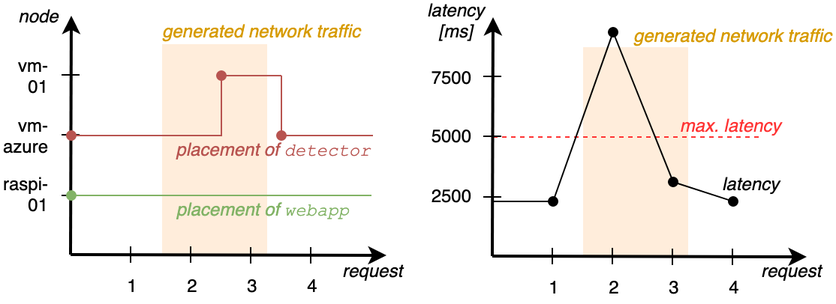
Before: documents/overleaf/figures/evaluation-exp2-result.png, a diagram exported from draw.io (slienau/bachelor-thesis). Source tidied: cells renumbered, new cells last; positions are measured from the earlier drawing's top-left corner, leaving out a move shared by most shapes. Source of this version:
```xml
<mxGraphModel>
  <root>
    <mxCell id="0" />
    <mxCell id="1" parent="0" />
    <mxCell id="2" style="group;" parent="1" vertex="1">
      <mxGeometry x="282" y="3" width="273.5" height="198" as="geometry" />
    </mxCell>
    <mxCell id="3" style="rounded=0;whiteSpace=wrap;html=1;fillColor=#ffe6cc;strokeColor=none;opacity=70;" parent="2" vertex="1">
      <mxGeometry x="106" y="28" width="70" height="140" as="geometry" />
    </mxCell>
    <mxCell id="4" style="endArrow=none;html=1;dashed=1;strokeColor=#FF3333;fontColor=#D79B00;fillColor=#f8cecc;strokeWidth=1;" parent="2" edge="1">
      <mxGeometry relative="1" as="geometry">
        <mxPoint x="46" y="88" as="sourcePoint" />
        <mxPoint x="226" y="88" as="targetPoint" />
      </mxGeometry>
    </mxCell>
    <mxCell id="5" style="endArrow=classic;html=1;strokeWidth=2;" parent="2" edge="1">
      <mxGeometry relative="1" as="geometry">
        <mxPoint x="45.5" y="167.5" as="sourcePoint" />
        <mxPoint x="46" y="8" as="targetPoint" />
      </mxGeometry>
    </mxCell>
    <mxCell id="6" value="2500" style="text;html=1;strokeColor=none;fillColor=none;align=right;verticalAlign=middle;whiteSpace=wrap;rounded=0;fontFamily=Helvetica;" parent="2" vertex="1">
      <mxGeometry x="2.5" y="117" width="30" height="20" as="geometry" />
    </mxCell>
    <mxCell id="7" value="5000" style="text;html=1;strokeColor=none;fillColor=none;align=right;verticalAlign=middle;whiteSpace=wrap;rounded=0;fontFamily=Helvetica;" parent="2" vertex="1">
      <mxGeometry x="2.5" y="77" width="30" height="20" as="geometry" />
    </mxCell>
    <mxCell id="8" value="7500" style="text;html=1;strokeColor=none;fillColor=none;align=right;verticalAlign=middle;whiteSpace=wrap;rounded=0;fontFamily=Helvetica;" parent="2" vertex="1">
      <mxGeometry x="2.5" y="38" width="30" height="20" as="geometry" />
    </mxCell>
    <mxCell id="9" style="endArrow=none;html=1;strokeWidth=1;fontFamily=Courier New;arcSize=20;" parent="2" edge="1">
      <mxGeometry relative="1" as="geometry">
        <mxPoint x="85.5" y="173" as="sourcePoint" />
        <mxPoint x="85.5" y="162" as="targetPoint" />
      </mxGeometry>
    </mxCell>
    <mxCell id="10" value="1" style="text;html=1;strokeColor=none;fillColor=none;align=center;verticalAlign=middle;whiteSpace=wrap;rounded=0;fontFamily=Helvetica;" parent="2" vertex="1">
      <mxGeometry x="75.5" y="178" width="20" height="20" as="geometry" />
    </mxCell>
    <mxCell id="11" value="2" style="text;html=1;strokeColor=none;fillColor=none;align=center;verticalAlign=middle;whiteSpace=wrap;rounded=0;fontFamily=Helvetica;" parent="2" vertex="1">
      <mxGeometry x="115.5" y="178" width="20" height="20" as="geometry" />
    </mxCell>
    <mxCell id="12" value="3" style="text;html=1;strokeColor=none;fillColor=none;align=center;verticalAlign=middle;whiteSpace=wrap;rounded=0;fontFamily=Helvetica;" parent="2" vertex="1">
      <mxGeometry x="155.5" y="178" width="20" height="20" as="geometry" />
    </mxCell>
    <mxCell id="13" value="4" style="text;html=1;strokeColor=none;fillColor=none;align=center;verticalAlign=middle;whiteSpace=wrap;rounded=0;fontFamily=Helvetica;" parent="2" vertex="1">
      <mxGeometry x="195.5" y="178" width="20" height="20" as="geometry" />
    </mxCell>
    <mxCell id="14" style="endArrow=classic;html=1;strokeWidth=2;" parent="2" edge="1">
      <mxGeometry relative="1" as="geometry">
        <mxPoint x="45.5" y="167.5" as="sourcePoint" />
        <mxPoint x="255" y="168" as="targetPoint" />
      </mxGeometry>
    </mxCell>
    <mxCell id="15" value="latency [ms]" style="text;html=1;strokeColor=none;fillColor=none;align=center;verticalAlign=middle;whiteSpace=wrap;rounded=0;fontStyle=2;" parent="2" vertex="1">
      <mxGeometry width="43" height="20" as="geometry" />
    </mxCell>
    <mxCell id="16" style="endArrow=none;html=1;strokeWidth=1;fontFamily=Courier New;arcSize=20;" parent="2" edge="1">
      <mxGeometry relative="1" as="geometry">
        <mxPoint x="125.5" y="173" as="sourcePoint" />
        <mxPoint x="125.5" y="162" as="targetPoint" />
      </mxGeometry>
    </mxCell>
    <mxCell id="17" style="endArrow=none;html=1;strokeWidth=1;fontFamily=Courier New;arcSize=20;" parent="2" edge="1">
      <mxGeometry relative="1" as="geometry">
        <mxPoint x="205.5" y="173.5" as="sourcePoint" />
        <mxPoint x="205.5" y="162.5" as="targetPoint" />
      </mxGeometry>
    </mxCell>
    <mxCell id="18" style="endArrow=none;html=1;strokeWidth=1;fontFamily=Courier New;arcSize=20;" parent="2" edge="1">
      <mxGeometry relative="1" as="geometry">
        <mxPoint x="165.5" y="173.5" as="sourcePoint" />
        <mxPoint x="165.5" y="162.5" as="targetPoint" />
      </mxGeometry>
    </mxCell>
    <mxCell id="19" style="endArrow=none;html=1;strokeWidth=1;fontFamily=Courier New;arcSize=20;" parent="2" edge="1">
      <mxGeometry relative="1" as="geometry">
        <mxPoint x="39.5" y="128" as="sourcePoint" />
        <mxPoint x="51.5" y="128" as="targetPoint" />
      </mxGeometry>
    </mxCell>
    <mxCell id="20" style="endArrow=none;html=1;strokeWidth=1;fontFamily=Courier New;arcSize=20;" parent="2" edge="1">
      <mxGeometry relative="1" as="geometry">
        <mxPoint x="39.5" y="87.5" as="sourcePoint" />
        <mxPoint x="51.5" y="87.5" as="targetPoint" />
      </mxGeometry>
    </mxCell>
    <mxCell id="21" style="endArrow=none;html=1;strokeWidth=1;fontFamily=Courier New;arcSize=20;" parent="2" edge="1">
      <mxGeometry relative="1" as="geometry">
        <mxPoint x="39.5" y="47.5" as="sourcePoint" />
        <mxPoint x="51.5" y="47.5" as="targetPoint" />
      </mxGeometry>
    </mxCell>
    <mxCell id="22" style="endArrow=none;html=1;fontFamily=Helvetica;fontSize=10;fontColor=#82B366;startArrow=oval;startFill=1;" parent="2" edge="1">
      <mxGeometry relative="1" as="geometry">
        <mxPoint x="86" y="131" as="sourcePoint" />
        <mxPoint x="46" y="131" as="targetPoint" />
      </mxGeometry>
    </mxCell>
    <mxCell id="23" style="endArrow=none;html=1;fontFamily=Helvetica;fontSize=10;fontColor=#82B366;startArrow=oval;startFill=1;" parent="2" edge="1">
      <mxGeometry relative="1" as="geometry">
        <mxPoint x="126" y="18" as="sourcePoint" />
        <mxPoint x="86" y="131" as="targetPoint" />
      </mxGeometry>
    </mxCell>
    <mxCell id="24" style="endArrow=none;html=1;fontFamily=Helvetica;fontSize=10;fontColor=#82B366;startArrow=oval;startFill=1;" parent="2" edge="1">
      <mxGeometry relative="1" as="geometry">
        <mxPoint x="166" y="118" as="sourcePoint" />
        <mxPoint x="126" y="18" as="targetPoint" />
      </mxGeometry>
    </mxCell>
    <mxCell id="25" style="endArrow=none;html=1;fontFamily=Helvetica;fontSize=10;fontColor=#82B366;startArrow=oval;startFill=1;" parent="2" edge="1">
      <mxGeometry relative="1" as="geometry">
        <mxPoint x="206" y="131" as="sourcePoint" />
        <mxPoint x="166" y="118" as="targetPoint" />
      </mxGeometry>
    </mxCell>
    <mxCell id="26" value="generated network traffic" style="text;html=1;align=center;verticalAlign=middle;whiteSpace=wrap;rounded=0;fontColor=#D79B00;fontStyle=2;" parent="2" vertex="1">
      <mxGeometry x="135.5" y="10" width="138" height="20" as="geometry" />
    </mxCell>
    <mxCell id="27" value="max. latency" style="text;html=1;align=center;verticalAlign=middle;whiteSpace=wrap;rounded=0;fontColor=#FF3333;fontStyle=2;" parent="2" vertex="1">
      <mxGeometry x="165.5" y="70" width="75" height="20" as="geometry" />
    </mxCell>
    <mxCell id="28" value="latency" style="text;html=1;align=center;verticalAlign=middle;whiteSpace=wrap;rounded=0;fontColor=#000000;fontStyle=2;" parent="2" vertex="1">
      <mxGeometry x="192" y="109" width="50" height="20" as="geometry" />
    </mxCell>
    <mxCell id="29" value="request" style="text;html=1;strokeColor=none;fillColor=none;align=left;verticalAlign=middle;whiteSpace=wrap;rounded=0;fontStyle=2;" parent="2" vertex="1">
      <mxGeometry x="223" y="167" width="29" height="20" as="geometry" />
    </mxCell>
    <mxCell id="30" style="group;" parent="1" vertex="1">
      <mxGeometry width="266.5" height="200" as="geometry" />
    </mxCell>
    <mxCell id="31" style="rounded=0;whiteSpace=wrap;html=1;fillColor=#ffe6cc;strokeColor=none;opacity=70;" parent="30" vertex="1">
      <mxGeometry x="107.5" y="29" width="70" height="140" as="geometry" />
    </mxCell>
    <mxCell id="32" style="endArrow=classic;html=1;strokeWidth=2;" parent="30" edge="1">
      <mxGeometry relative="1" as="geometry">
        <mxPoint x="46.5" y="169.5" as="sourcePoint" />
        <mxPoint x="47" y="10" as="targetPoint" />
      </mxGeometry>
    </mxCell>
    <mxCell id="33" value="raspi-01" style="text;html=1;strokeColor=none;fillColor=none;align=right;verticalAlign=middle;whiteSpace=wrap;rounded=0;fontFamily=Helvetica;fontSize=12;" parent="30" vertex="1">
      <mxGeometry y="119" width="34" height="20" as="geometry" />
    </mxCell>
    <mxCell id="34" value="vm-01" style="text;html=1;strokeColor=none;fillColor=none;align=right;verticalAlign=middle;whiteSpace=wrap;rounded=0;fontFamily=Helvetica;fontSize=12;" parent="30" vertex="1">
      <mxGeometry x="10" y="40" width="24" height="20" as="geometry" />
    </mxCell>
    <mxCell id="35" value="vm-azure" style="text;html=1;strokeColor=none;fillColor=none;align=right;verticalAlign=middle;whiteSpace=wrap;rounded=0;fontFamily=Helvetica;fontSize=12;" parent="30" vertex="1">
      <mxGeometry y="80" width="34" height="20" as="geometry" />
    </mxCell>
    <mxCell id="36" style="endArrow=none;html=1;strokeWidth=1;fontFamily=Courier New;arcSize=20;" parent="30" edge="1">
      <mxGeometry relative="1" as="geometry">
        <mxPoint x="86.5" y="175" as="sourcePoint" />
        <mxPoint x="86.5" y="164" as="targetPoint" />
      </mxGeometry>
    </mxCell>
    <mxCell id="37" value="1" style="text;html=1;strokeColor=none;fillColor=none;align=center;verticalAlign=middle;whiteSpace=wrap;rounded=0;fontFamily=Helvetica;" parent="30" vertex="1">
      <mxGeometry x="76.5" y="180" width="20" height="20" as="geometry" />
    </mxCell>
    <mxCell id="38" value="2" style="text;html=1;strokeColor=none;fillColor=none;align=center;verticalAlign=middle;whiteSpace=wrap;rounded=0;fontFamily=Helvetica;" parent="30" vertex="1">
      <mxGeometry x="116.5" y="180" width="20" height="20" as="geometry" />
    </mxCell>
    <mxCell id="39" value="3" style="text;html=1;strokeColor=none;fillColor=none;align=center;verticalAlign=middle;whiteSpace=wrap;rounded=0;fontFamily=Helvetica;" parent="30" vertex="1">
      <mxGeometry x="156.5" y="180" width="20" height="20" as="geometry" />
    </mxCell>
    <mxCell id="40" value="4" style="text;html=1;strokeColor=none;fillColor=none;align=center;verticalAlign=middle;whiteSpace=wrap;rounded=0;fontFamily=Helvetica;" parent="30" vertex="1">
      <mxGeometry x="196.5" y="180" width="20" height="20" as="geometry" />
    </mxCell>
    <mxCell id="41" style="endArrow=classic;html=1;strokeWidth=2;" parent="30" edge="1">
      <mxGeometry relative="1" as="geometry">
        <mxPoint x="46.5" y="169.5" as="sourcePoint" />
        <mxPoint x="257" y="170" as="targetPoint" />
      </mxGeometry>
    </mxCell>
    <mxCell id="42" value="node" style="text;html=1;strokeColor=none;fillColor=none;align=center;verticalAlign=middle;whiteSpace=wrap;rounded=0;fontStyle=2;" parent="30" vertex="1">
      <mxGeometry x="9.5" width="33" height="20" as="geometry" />
    </mxCell>
    <mxCell id="43" value="request" style="text;html=1;strokeColor=none;fillColor=none;align=left;verticalAlign=middle;whiteSpace=wrap;rounded=0;fontStyle=2;" parent="30" vertex="1">
      <mxGeometry x="225.5" y="170" width="29" height="20" as="geometry" />
    </mxCell>
    <mxCell id="44" style="endArrow=none;html=1;strokeWidth=1;fontFamily=Courier New;arcSize=20;" parent="30" edge="1">
      <mxGeometry relative="1" as="geometry">
        <mxPoint x="126.5" y="175" as="sourcePoint" />
        <mxPoint x="126.5" y="164" as="targetPoint" />
      </mxGeometry>
    </mxCell>
    <mxCell id="45" style="endArrow=none;html=1;strokeWidth=1;fontFamily=Courier New;arcSize=20;" parent="30" edge="1">
      <mxGeometry relative="1" as="geometry">
        <mxPoint x="206.5" y="175.5" as="sourcePoint" />
        <mxPoint x="206.5" y="164.5" as="targetPoint" />
      </mxGeometry>
    </mxCell>
    <mxCell id="46" style="endArrow=none;html=1;strokeWidth=1;fontFamily=Courier New;arcSize=20;" parent="30" edge="1">
      <mxGeometry relative="1" as="geometry">
        <mxPoint x="166.5" y="175.5" as="sourcePoint" />
        <mxPoint x="166.5" y="164.5" as="targetPoint" />
      </mxGeometry>
    </mxCell>
    <mxCell id="47" style="endArrow=none;html=1;strokeWidth=1;fontFamily=Courier New;arcSize=20;" parent="30" edge="1">
      <mxGeometry relative="1" as="geometry">
        <mxPoint x="40.5" y="89.5" as="sourcePoint" />
        <mxPoint x="52.5" y="89.5" as="targetPoint" />
      </mxGeometry>
    </mxCell>
    <mxCell id="48" style="endArrow=none;html=1;strokeWidth=1;fontFamily=Courier New;arcSize=20;" parent="30" edge="1">
      <mxGeometry relative="1" as="geometry">
        <mxPoint x="40.5" y="49.5" as="sourcePoint" />
        <mxPoint x="52.5" y="49.5" as="targetPoint" />
      </mxGeometry>
    </mxCell>
    <mxCell id="49" style="endArrow=none;html=1;strokeWidth=1;fontFamily=Courier New;startArrow=oval;startFill=1;strokeColor=#b85450;fillColor=#f8cecc;rounded=0;" parent="30" edge="1">
      <mxGeometry relative="1" as="geometry">
        <mxPoint x="47" y="90" as="sourcePoint" />
        <mxPoint x="47" y="90" as="targetPoint" />
      </mxGeometry>
    </mxCell>
    <mxCell id="50" style="endArrow=none;html=1;strokeWidth=1;fontFamily=Courier New;arcSize=20;" parent="30" edge="1">
      <mxGeometry relative="1" as="geometry">
        <mxPoint x="40.5" y="130" as="sourcePoint" />
        <mxPoint x="52.5" y="130" as="targetPoint" />
      </mxGeometry>
    </mxCell>
    <mxCell id="51" style="endArrow=none;html=1;strokeWidth=1;fontFamily=Courier New;startArrow=oval;startFill=1;strokeColor=#82b366;fillColor=#d5e8d4;rounded=0;" parent="30" edge="1">
      <mxGeometry relative="1" as="geometry">
        <mxPoint x="47" y="130" as="sourcePoint" />
        <mxPoint x="47" y="130" as="targetPoint" />
      </mxGeometry>
    </mxCell>
    <mxCell id="52" style="endArrow=none;html=1;strokeWidth=1;fontFamily=Courier New;startArrow=oval;startFill=1;strokeColor=#b85450;fillColor=#f8cecc;rounded=0;" parent="30" edge="1">
      <mxGeometry relative="1" as="geometry">
        <mxPoint x="187" y="90" as="sourcePoint" />
        <mxPoint x="187" y="50" as="targetPoint" />
      </mxGeometry>
    </mxCell>
    <mxCell id="53" style="endArrow=none;html=1;strokeWidth=1;fontFamily=Courier New;startArrow=none;startFill=0;strokeColor=#b85450;fillColor=#f8cecc;rounded=0;" parent="30" edge="1">
      <mxGeometry relative="1" as="geometry">
        <mxPoint x="248" y="90" as="sourcePoint" />
        <mxPoint x="187" y="90" as="targetPoint" />
      </mxGeometry>
    </mxCell>
    <mxCell id="54" style="endArrow=none;html=1;strokeWidth=1;fontFamily=Courier New;startArrow=none;startFill=0;strokeColor=#b85450;fillColor=#f8cecc;rounded=0;" parent="30" edge="1">
      <mxGeometry relative="1" as="geometry">
        <mxPoint x="127" y="90" as="sourcePoint" />
        <mxPoint x="47" y="90" as="targetPoint" />
        <Array as="points">
          <mxPoint x="87" y="90" />
        </Array>
      </mxGeometry>
    </mxCell>
    <mxCell id="55" style="endArrow=none;html=1;strokeWidth=1;fontFamily=Courier New;startArrow=oval;startFill=1;strokeColor=#b85450;fillColor=#f8cecc;rounded=0;" parent="30" edge="1">
      <mxGeometry relative="1" as="geometry">
        <mxPoint x="147" y="50" as="sourcePoint" />
        <mxPoint x="127" y="90" as="targetPoint" />
        <Array as="points">
          <mxPoint x="147" y="90" />
        </Array>
      </mxGeometry>
    </mxCell>
    <mxCell id="56" value="placement of &lt;font face=&quot;Courier New&quot; style=&quot;font-size: 12px;&quot;&gt;detector&lt;/font&gt;" style="text;html=1;strokeColor=none;fillColor=none;align=center;verticalAlign=middle;whiteSpace=wrap;rounded=0;fontColor=#B85450;fontStyle=2;fontSize=12;" parent="30" vertex="1">
      <mxGeometry x="115.5" y="89" width="132" height="20" as="geometry" />
    </mxCell>
    <mxCell id="57" value="placement of &lt;font face=&quot;Courier New&quot; style=&quot;font-size: 12px;&quot;&gt;webapp&lt;/font&gt;" style="text;html=1;strokeColor=none;fillColor=none;align=center;verticalAlign=middle;whiteSpace=wrap;rounded=0;fontColor=#82B366;fontStyle=2;fontSize=12;" parent="30" vertex="1">
      <mxGeometry x="113.5" y="130" width="122" height="20" as="geometry" />
    </mxCell>
    <mxCell id="58" style="endArrow=none;html=1;strokeWidth=1;fontFamily=Courier New;startArrow=none;startFill=0;strokeColor=#82b366;fillColor=#d5e8d4;rounded=0;" parent="30" edge="1">
      <mxGeometry relative="1" as="geometry">
        <mxPoint x="247" y="130" as="sourcePoint" />
        <mxPoint x="47" y="130" as="targetPoint" />
      </mxGeometry>
    </mxCell>
    <mxCell id="59" value="generated network traffic" style="text;html=1;align=center;verticalAlign=middle;whiteSpace=wrap;rounded=0;fontColor=#D79B00;fontStyle=2;" parent="30" vertex="1">
      <mxGeometry x="98.5" y="10" width="150" height="20" as="geometry" />
    </mxCell>
    <mxCell id="60" style="endArrow=none;html=1;strokeWidth=1;fontFamily=Courier New;startArrow=none;startFill=0;strokeColor=#b85450;fillColor=#f8cecc;rounded=0;" parent="30" edge="1">
      <mxGeometry relative="1" as="geometry">
        <mxPoint x="187" y="50" as="sourcePoint" />
        <mxPoint x="147" y="50" as="targetPoint" />
      </mxGeometry>
    </mxCell>
  </root>
</mxGraphModel>
```
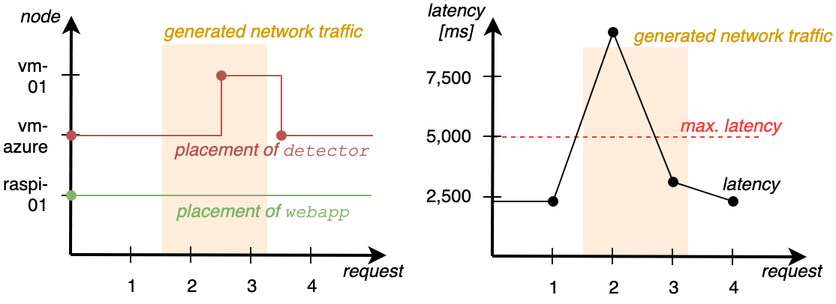
After the commit.

The edit, as a diff of the source:
```diff
@@ -20,13 +20,13 @@
         <mxPoint x="46" y="8" as="targetPoint" />
       </mxGeometry>
     </mxCell>
-    <mxCell id="6" value="2500" style="text;html=1;strokeColor=none;fillColor=none;align=right;verticalAlign=middle;whiteSpace=wrap;rounded=0;fontFamily=Helvetica;" parent="2" vertex="1">
+    <mxCell id="6" value="2,500" style="text;html=1;strokeColor=none;fillColor=none;align=right;verticalAlign=middle;whiteSpace=wrap;rounded=0;fontFamily=Helvetica;" parent="2" vertex="1">
       <mxGeometry x="2.5" y="117" width="30" height="20" as="geometry" />
     </mxCell>
-    <mxCell id="7" value="5000" style="text;html=1;strokeColor=none;fillColor=none;align=right;verticalAlign=middle;whiteSpace=wrap;rounded=0;fontFamily=Helvetica;" parent="2" vertex="1">
+    <mxCell id="7" value="5,000" style="text;html=1;strokeColor=none;fillColor=none;align=right;verticalAlign=middle;whiteSpace=wrap;rounded=0;fontFamily=Helvetica;" parent="2" vertex="1">
       <mxGeometry x="2.5" y="77" width="30" height="20" as="geometry" />
     </mxCell>
-    <mxCell id="8" value="7500" style="text;html=1;strokeColor=none;fillColor=none;align=right;verticalAlign=middle;whiteSpace=wrap;rounded=0;fontFamily=Helvetica;" parent="2" vertex="1">
+    <mxCell id="8" value="7,500" style="text;html=1;strokeColor=none;fillColor=none;align=right;verticalAlign=middle;whiteSpace=wrap;rounded=0;fontFamily=Helvetica;" parent="2" vertex="1">
       <mxGeometry x="2.5" y="38" width="30" height="20" as="geometry" />
     </mxCell>
     <mxCell id="9" style="endArrow=none;html=1;strokeWidth=1;fontFamily=Courier New;arcSize=20;" parent="2" edge="1">
```
